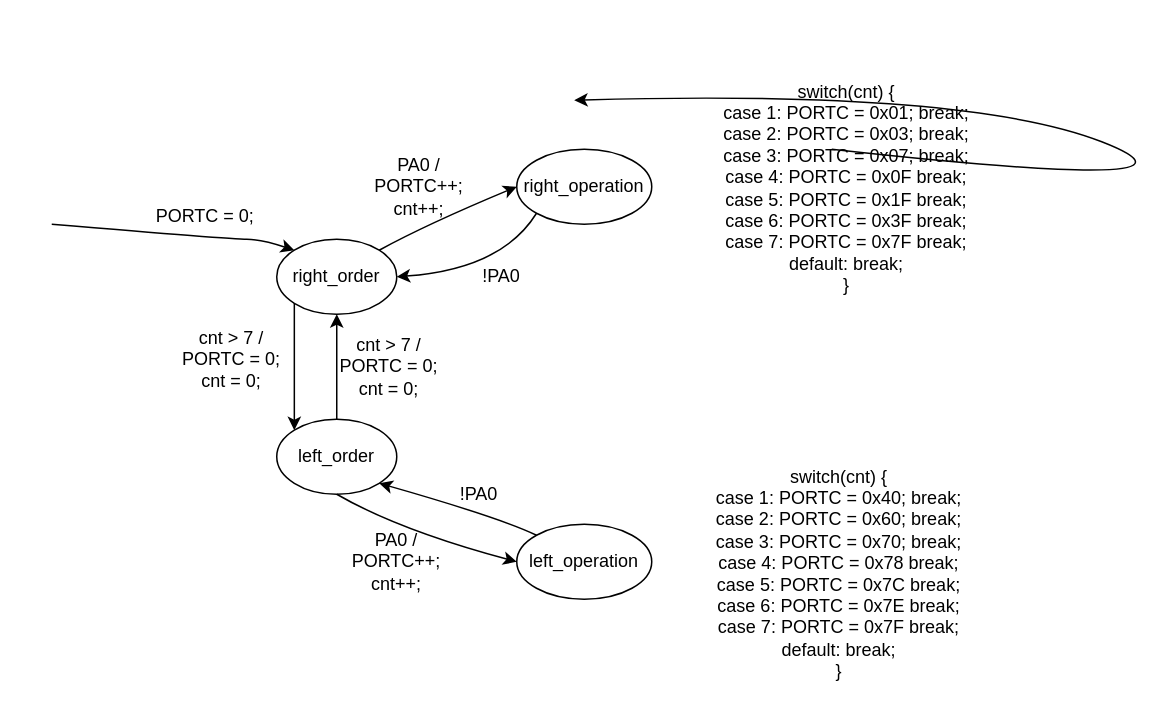
The draw.io diagram diagram/Lab5_#3.drawio in 0417yjy/UCR_CS120B, before the edit. Source tidied: cells renumbered, new cells numbered last; positions are measured from the earlier drawing's top-left corner, leaving out a move shared by most shapes. Both pictures are drawn from the tidied source at 150%, with x=0, y=0 at pixel (51, 88).
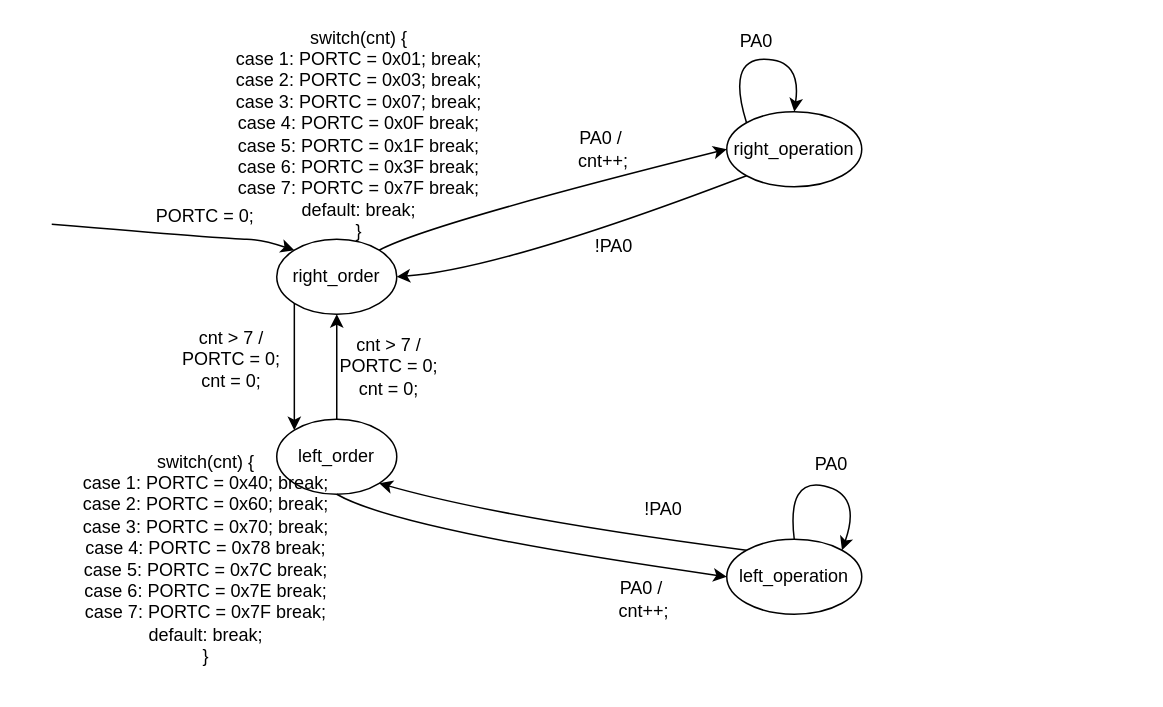
The same page after the edit.

Commit message (it also covers changes not shown here):
Uploading part 3 diagram

What changed in the source:
```diff
@@
-    <mxCell id="5" style="curved=1;endArrow=classic;html=1;entryX=1;entryY=0;entryDx=0;entryDy=0;exitX=1;exitY=0;exitDx=0;exitDy=0;" parent="1" edge="1">
-      <mxGeometry relative="1" as="geometry">
-        <mxPoint x="520" y="40" as="sourcePoint" />
-        <mxPoint x="348.3" y="7.3" as="targetPoint" />
-        <Array as="points">
-          <mxPoint x="790" y="70" />
-          <mxPoint x="610" />
-        </Array>
-      </mxGeometry>
-    </mxCell>
@@
     <mxCell id="8" value="right_operation" style="ellipse;whiteSpace=wrap;html=1;" parent="1" vertex="1">
-      <mxGeometry x="310" y="40" width="90" height="50" as="geometry" />
+      <mxGeometry x="450" y="15" width="90" height="50" as="geometry" />
     </mxCell>
     <mxCell id="9" value="left_operation" style="ellipse;whiteSpace=wrap;html=1;" parent="1" vertex="1">
-      <mxGeometry x="310" y="290" width="90" height="50" as="geometry" />
+      <mxGeometry x="450" y="300" width="90" height="50" as="geometry" />
     </mxCell>
@@
-    <mxCell id="15" value="PA0 / PORTC++;&lt;br&gt;cnt++;" style="text;html=1;strokeColor=none;fillColor=none;align=center;verticalAlign=middle;whiteSpace=wrap;rounded=0;" parent="1" vertex="1">
-      <mxGeometry x="225" y="55" width="40" height="20" as="geometry" />
+    <mxCell id="15" value="PA0 /&amp;nbsp;&lt;br&gt;cnt++;" style="text;html=1;strokeColor=none;fillColor=none;align=center;verticalAlign=middle;whiteSpace=wrap;rounded=0;" parent="1" vertex="1">
+      <mxGeometry x="347.5" y="30" width="40" height="20" as="geometry" />
     </mxCell>
     <mxCell id="16" value="!PA0" style="text;html=1;strokeColor=none;fillColor=none;align=center;verticalAlign=middle;whiteSpace=wrap;rounded=0;" parent="1" vertex="1">
-      <mxGeometry x="280" y="115" width="40" height="20" as="geometry" />
+      <mxGeometry x="355" y="95" width="40" height="20" as="geometry" />
     </mxCell>
@@
     <mxCell id="19" value="switch(cnt) {&lt;br&gt;case 1: PORTC = 0x01; break;&lt;br&gt;case 2: PORTC = 0x03; break;&lt;br&gt;case 3: PORTC = 0x07; break;&lt;br&gt;case 4: PORTC = 0x0F break;&lt;br&gt;case 5: PORTC = 0x1F break;&lt;br&gt;case 6: PORTC = 0x3F break;&lt;br&gt;case 7: PORTC = 0x7F break;&lt;br&gt;default: break;&lt;br&gt;}" style="text;html=1;strokeColor=none;fillColor=none;align=center;verticalAlign=middle;whiteSpace=wrap;rounded=0;" parent="1" vertex="1">
-      <mxGeometry x="410" y="13" width="240" height="105" as="geometry" />
+      <mxGeometry x="85" y="-22.5" width="240" height="105" as="geometry" />
     </mxCell>
-    <mxCell id="20" value="PA0 / PORTC++;&lt;br&gt;cnt++;" style="text;html=1;strokeColor=none;fillColor=none;align=center;verticalAlign=middle;whiteSpace=wrap;rounded=0;" parent="1" vertex="1">
-      <mxGeometry x="210" y="305" width="40" height="20" as="geometry" />
+    <mxCell id="20" value="PA0 /&amp;nbsp;&lt;br&gt;cnt++;" style="text;html=1;strokeColor=none;fillColor=none;align=center;verticalAlign=middle;whiteSpace=wrap;rounded=0;" parent="1" vertex="1">
+      <mxGeometry x="375" y="330" width="40" height="20" as="geometry" />
     </mxCell>
     <mxCell id="21" value="!PA0" style="text;html=1;strokeColor=none;fillColor=none;align=center;verticalAlign=middle;whiteSpace=wrap;rounded=0;" parent="1" vertex="1">
-      <mxGeometry x="265" y="260" width="40" height="20" as="geometry" />
+      <mxGeometry x="387.5" y="270" width="40" height="20" as="geometry" />
     </mxCell>
     <mxCell id="22" value="switch(cnt) {&lt;br&gt;case 1: PORTC = 0x40; break;&lt;br&gt;case 2: PORTC = 0x60; break;&lt;br&gt;case 3: PORTC = 0x70; break;&lt;br&gt;case 4: PORTC = 0x78 break;&lt;br&gt;case 5: PORTC = 0x7C break;&lt;br&gt;case 6: PORTC = 0x7E break;&lt;br&gt;case 7: PORTC = 0x7F break;&lt;br&gt;default: break;&lt;br&gt;}" style="text;html=1;strokeColor=none;fillColor=none;align=center;verticalAlign=middle;whiteSpace=wrap;rounded=0;" parent="1" vertex="1">
-      <mxGeometry x="405" y="270" width="240" height="105" as="geometry" />
+      <mxGeometry x="-17.5" y="260" width="240" height="105" as="geometry" />
     </mxCell>
+    <mxCell id="23" style="curved=1;endArrow=classic;html=1;exitX=0;exitY=0;exitDx=0;exitDy=0;entryX=0.5;entryY=0;entryDx=0;entryDy=0;" parent="1" edge="1" source="8" target="8">
+      <mxGeometry relative="1" as="geometry">
+        <Array as="points">
+          <mxPoint x="450" y="-20" />
+          <mxPoint x="500" y="-20" />
+        </Array>
+      </mxGeometry>
+    </mxCell>
+    <mxCell id="24" value="PA0" style="text;html=1;strokeColor=none;fillColor=none;align=center;verticalAlign=middle;whiteSpace=wrap;rounded=0;" parent="1" vertex="1">
+      <mxGeometry x="450" y="-42.5" width="40" height="20" as="geometry" />
+    </mxCell>
+    <mxCell id="25" style="curved=1;endArrow=classic;html=1;exitX=0.5;exitY=0;exitDx=0;exitDy=0;entryX=1;entryY=0;entryDx=0;entryDy=0;" parent="1" edge="1" source="9" target="9">
+      <mxGeometry relative="1" as="geometry">
+        <Array as="points">
+          <mxPoint x="490" y="259" />
+          <mxPoint x="540" y="270" />
+        </Array>
+      </mxGeometry>
+    </mxCell>
+    <mxCell id="26" value="PA0" style="text;html=1;strokeColor=none;fillColor=none;align=center;verticalAlign=middle;whiteSpace=wrap;rounded=0;" parent="1" vertex="1">
+      <mxGeometry x="500" y="240" width="40" height="20" as="geometry" />
+    </mxCell>
```
